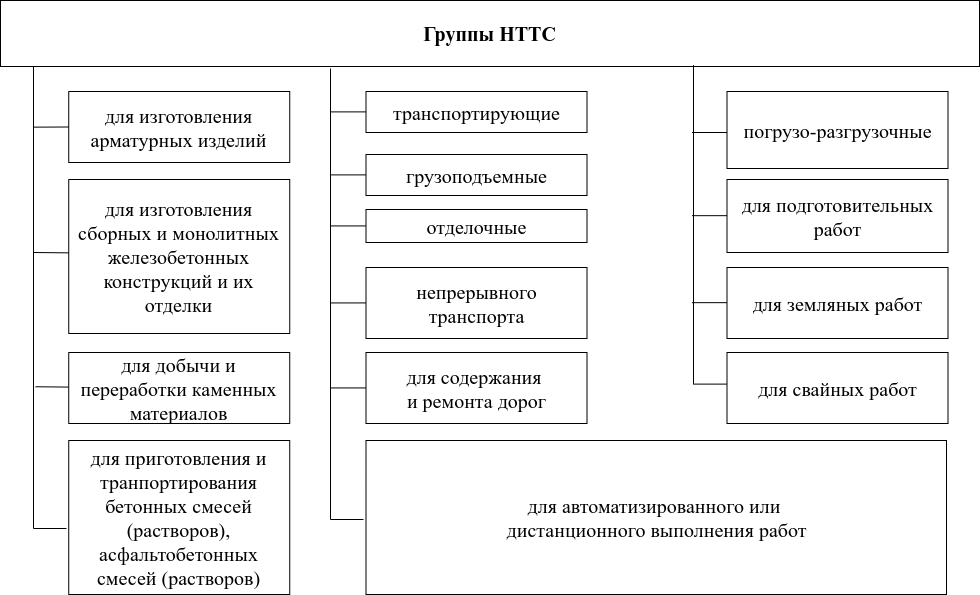
The draw.io diagram Dissertation/images/drawio/cls.drawio.png in dreddsa5dies/phd, before a commit. Source tidied: cells renumbered, new cells last; positions are measured from the earlier drawing's top-left corner, leaving out a move shared by most shapes.
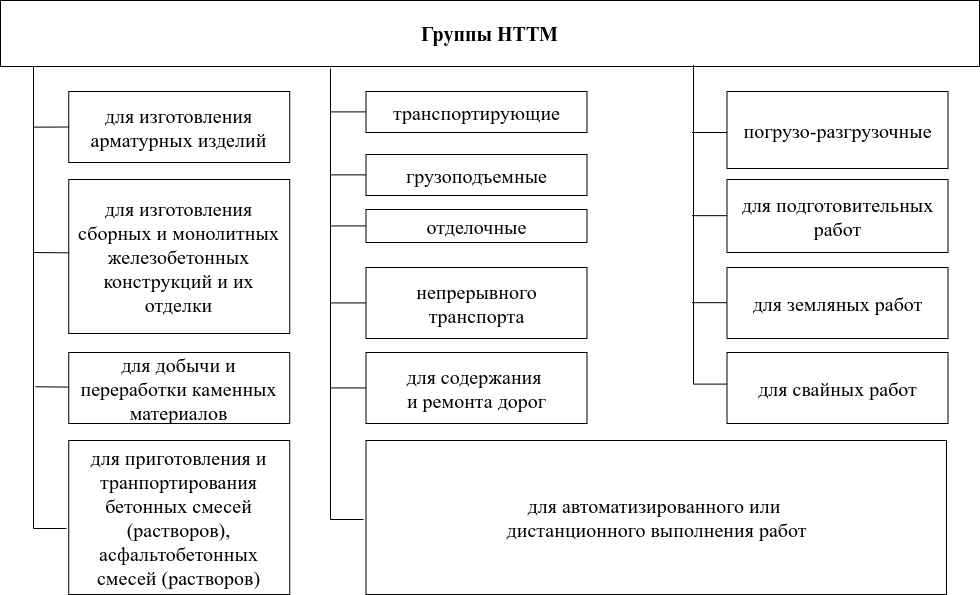
Above is the later version.

The edit, as a diff of the source:
```diff
@@ -2,7 +2,7 @@
   <root>
     <mxCell id="0" />
     <mxCell id="1" parent="0" />
-    <mxCell id="2" value="Группы НТТС" style="rounded=0;whiteSpace=wrap;html=1;fontSize=20;fontStyle=1;fontFamily=Times New Roman;" parent="1" vertex="1">
+    <mxCell id="2" value="Группы НТТМ" style="rounded=0;whiteSpace=wrap;html=1;fontSize=20;fontStyle=1;fontFamily=Times New Roman;" parent="1" vertex="1">
       <mxGeometry x="182" width="979" height="66" as="geometry" />
     </mxCell>
     <mxCell id="3" value="транспортирующие" style="rounded=0;whiteSpace=wrap;html=1;fontSize=20;fontFamily=Times New Roman;" parent="1" vertex="1">
```
